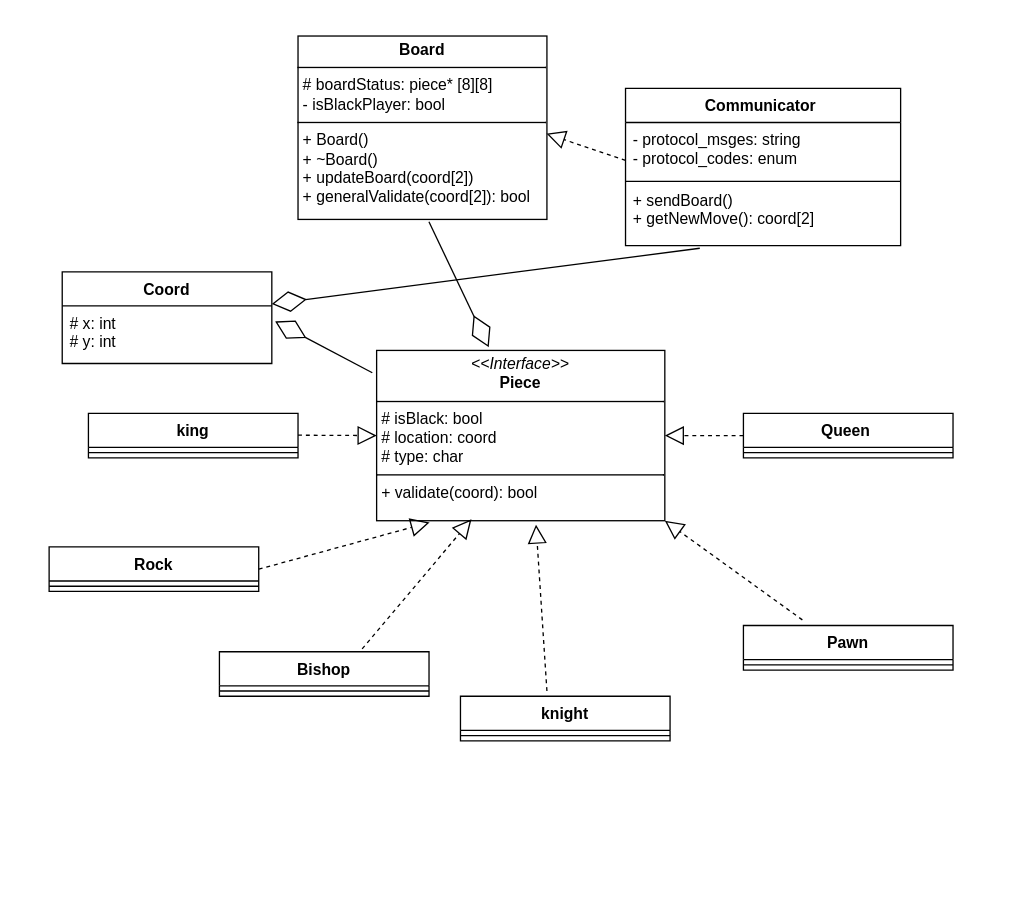
This is ChessGame_frontend_UML.drawio from ShonPis1/ChessTeam4, a draw.io file, before an edit. Source tidied: cells renumbered, new cells numbered last; positions are measured from the earlier drawing's top-left corner, leaving out a move shared by most shapes. Both pictures are drawn from the tidied source at 131%, with x=0, y=0 at pixel (48, 35).
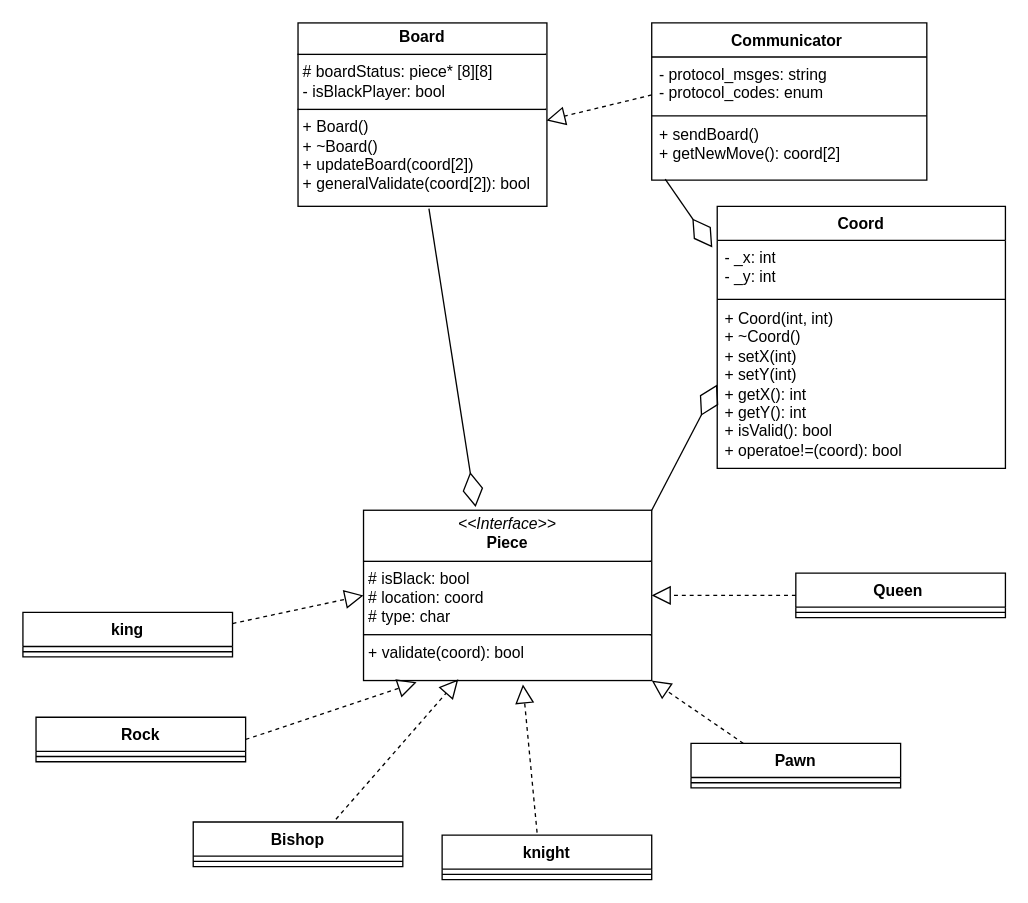
The same page after the edit.

Commit message:
fix: update Coord class in the UML diagram

The change refers to these unchanged cells:
```xml
<mxCell id="7" value="+ sendBoard()&lt;div&gt;+ getNewMove(): coord[2]&lt;/div&gt;" style="text;strokeColor=none;fillColor=none;align=left;verticalAlign=top;spacingLeft=4;spacingRight=4;overflow=hidden;points=[[0,0.5],[1,0.5]];portConstraint=eastwest;whiteSpace=wrap;html=1;" parent="4" vertex="1">
  <mxGeometry y="72" width="210" height="48" as="geometry" />
</mxCell>
```

Diff of the diagram source:
```diff
@@
     <mxCell id="2" value="&lt;p style=&quot;margin:0px;margin-top:4px;text-align:center;&quot;&gt;&lt;i&gt;&amp;lt;&amp;lt;Interface&amp;gt;&amp;gt;&lt;/i&gt;&lt;br&gt;&lt;b&gt;Piece&lt;/b&gt;&lt;/p&gt;&lt;hr size=&quot;1&quot; style=&quot;border-style:solid;&quot;&gt;&lt;p style=&quot;margin:0px;margin-left:4px;&quot;&gt;# isBlack: bool&lt;br&gt;# location: coord&lt;/p&gt;&lt;p style=&quot;margin:0px;margin-left:4px;&quot;&gt;# type: char&lt;/p&gt;&lt;hr size=&quot;1&quot; style=&quot;border-style:solid;&quot;&gt;&lt;p style=&quot;margin:0px;margin-left:4px;&quot;&gt;+ validate(coord): bool&lt;br&gt;&lt;br&gt;&lt;/p&gt;" style="verticalAlign=top;align=left;overflow=fill;html=1;whiteSpace=wrap;" parent="1" vertex="1">
-      <mxGeometry x="250" y="240" width="220" height="130" as="geometry" />
+      <mxGeometry x="240" y="362" width="220" height="130" as="geometry" />
     </mxCell>
     <mxCell id="3" value="&lt;p style=&quot;margin:0px;margin-top:4px;text-align:center;&quot;&gt;&lt;b&gt;Board&lt;/b&gt;&lt;/p&gt;&lt;hr size=&quot;1&quot; style=&quot;border-style:solid;&quot;&gt;&lt;p style=&quot;margin:0px;margin-left:4px;&quot;&gt;# boardStatus: piece* [8][8]&lt;/p&gt;&lt;p style=&quot;margin:0px;margin-left:4px;&quot;&gt;- isBlackPlayer: bool&lt;/p&gt;&lt;hr size=&quot;1&quot; style=&quot;border-style:solid;&quot;&gt;&lt;p style=&quot;margin:0px;margin-left:4px;&quot;&gt;+ Board()&lt;/p&gt;&lt;p style=&quot;margin:0px;margin-left:4px;&quot;&gt;+ ~Board()&lt;/p&gt;&lt;p style=&quot;margin:0px;margin-left:4px;&quot;&gt;+ updateBoard(coord[2])&lt;/p&gt;&lt;p style=&quot;margin:0px;margin-left:4px;&quot;&gt;+ generalValidate(coord[2]): bool&lt;/p&gt;&lt;p style=&quot;margin:0px;margin-left:4px;&quot;&gt;&lt;br&gt;&lt;/p&gt;&lt;p style=&quot;margin:0px;margin-left:4px;&quot;&gt;&lt;br&gt;&lt;/p&gt;" style="verticalAlign=top;align=left;overflow=fill;html=1;whiteSpace=wrap;" parent="1" vertex="1">
-      <mxGeometry x="190" width="190" height="140" as="geometry" />
+      <mxGeometry x="190" y="-10" width="190" height="140" as="geometry" />
     </mxCell>
     <mxCell id="4" value="Communicator&amp;nbsp;" style="swimlane;fontStyle=1;align=center;verticalAlign=top;horizontal=1;startSize=26;whiteSpace=wrap;html=1;" parent="1" vertex="1">
-      <mxGeometry x="440" y="40" width="210" height="120" as="geometry" />
+      <mxGeometry x="460" y="-10" width="210" height="120" as="geometry" />
     </mxCell>
@@
     <mxCell id="10" value="king" style="swimlane;fontStyle=1;align=center;verticalAlign=top;horizontal=1;startSize=26;whiteSpace=wrap;html=1;" parent="1" vertex="1">
-      <mxGeometry x="30" y="288" width="160" height="34" as="geometry" />
+      <mxGeometry x="-20" y="440" width="160" height="34" as="geometry" />
     </mxCell>
@@
-    <mxCell id="12" style="endArrow=block;dashed=1;endFill=0;endSize=12;html=1;rounded=0;entryX=0;entryY=0.5;entryDx=0;entryDy=0;" parent="1" edge="1" target="2">
-      <mxGeometry relative="1" as="geometry">
-        <mxPoint x="190" y="304.7" as="sourcePoint" />
-      </mxGeometry>
+    <mxCell id="12" style="endArrow=block;dashed=1;endFill=0;endSize=12;html=1;rounded=0;entryX=0;entryY=0.5;entryDx=0;entryDy=0;exitX=1;exitY=0.25;exitDx=0;exitDy=0;" parent="1" edge="1" source="10" target="2">
+      <mxGeometry relative="1" as="geometry" />
     </mxCell>
     <mxCell id="13" value="Queen&amp;nbsp;" style="swimlane;fontStyle=1;align=center;verticalAlign=top;horizontal=1;startSize=26;whiteSpace=wrap;html=1;" parent="1" vertex="1">
-      <mxGeometry x="530" y="288" width="160" height="34" as="geometry" />
+      <mxGeometry x="570" y="410" width="160" height="34" as="geometry" />
     </mxCell>
@@
     <mxCell id="16" value="Rock" style="swimlane;fontStyle=1;align=center;verticalAlign=top;horizontal=1;startSize=26;whiteSpace=wrap;html=1;" parent="1" vertex="1">
-      <mxGeometry y="390" width="160" height="34" as="geometry" />
+      <mxGeometry x="-10" y="520" width="160" height="34" as="geometry" />
     </mxCell>
@@
     <mxCell id="18" value="Bishop" style="swimlane;fontStyle=1;align=center;verticalAlign=top;horizontal=1;startSize=26;whiteSpace=wrap;html=1;" parent="1" vertex="1">
-      <mxGeometry x="130" y="470" width="160" height="34" as="geometry" />
+      <mxGeometry x="110" y="600" width="160" height="34" as="geometry" />
     </mxCell>
@@
     <mxCell id="20" value="knight" style="swimlane;fontStyle=1;align=center;verticalAlign=top;horizontal=1;startSize=26;whiteSpace=wrap;html=1;" parent="1" vertex="1">
-      <mxGeometry x="314" y="504" width="160" height="34" as="geometry" />
+      <mxGeometry x="300" y="610" width="160" height="34" as="geometry" />
     </mxCell>
@@
     <mxCell id="22" value="Pawn" style="swimlane;fontStyle=1;align=center;verticalAlign=top;horizontal=1;startSize=26;whiteSpace=wrap;html=1;" parent="1" vertex="1">
-      <mxGeometry x="530" y="450" width="160" height="34" as="geometry" />
+      <mxGeometry x="490" y="540" width="160" height="34" as="geometry" />
     </mxCell>
@@
-    <mxCell id="26" style="endArrow=block;dashed=1;endFill=0;endSize=12;html=1;rounded=0;entryX=0.553;entryY=1.023;entryDx=0;entryDy=0;entryPerimeter=0;" parent="1" edge="1" target="2">
-      <mxGeometry relative="1" as="geometry">
-        <mxPoint x="380" y="500" as="sourcePoint" />
-      </mxGeometry>
+    <mxCell id="26" style="endArrow=block;dashed=1;endFill=0;endSize=12;html=1;rounded=0;entryX=0.553;entryY=1.023;entryDx=0;entryDy=0;entryPerimeter=0;exitX=0.453;exitY=-0.056;exitDx=0;exitDy=0;exitPerimeter=0;" parent="1" edge="1" source="20" target="2">
+      <mxGeometry relative="1" as="geometry" />
     </mxCell>
-    <mxCell id="27" style="endArrow=block;dashed=1;endFill=0;endSize=12;html=1;rounded=0;entryX=1;entryY=1;entryDx=0;entryDy=0;" parent="1" edge="1" target="2">
-      <mxGeometry relative="1" as="geometry">
-        <mxPoint x="575" y="445.7" as="sourcePoint" />
-      </mxGeometry>
+    <mxCell id="27" style="endArrow=block;dashed=1;endFill=0;endSize=12;html=1;rounded=0;entryX=1;entryY=1;entryDx=0;entryDy=0;exitX=0.25;exitY=0;exitDx=0;exitDy=0;" parent="1" edge="1" source="22" target="2">
+      <mxGeometry relative="1" as="geometry" />
     </mxCell>
-    <mxCell id="28" value="Coord" style="swimlane;fontStyle=1;align=center;verticalAlign=top;horizontal=1;startSize=26;whiteSpace=wrap;html=1;" parent="1" vertex="1">
-      <mxGeometry x="10" y="180" width="160" height="70" as="geometry" />
-    </mxCell>
-    <mxCell id="29" value="# x: int&lt;div&gt;# y: int&amp;nbsp;&lt;/div&gt;" style="text;strokeColor=none;fillColor=none;align=left;verticalAlign=top;spacingLeft=4;spacingRight=4;overflow=hidden;points=[[0,0.5],[1,0.5]];portConstraint=eastwest;whiteSpace=wrap;html=1;" parent="28" vertex="1">
-      <mxGeometry y="26" width="160" height="44" as="geometry" />
-    </mxCell>
-    <mxCell id="30" style="endArrow=diamondThin;endFill=0;endSize=24;html=1;rounded=0;entryX=1.016;entryY=0.269;entryDx=0;entryDy=0;entryPerimeter=0;exitX=-0.015;exitY=0.131;exitDx=0;exitDy=0;exitPerimeter=0;" parent="1" edge="1" source="2" target="29">
+    <mxCell id="30" style="endArrow=diamondThin;endFill=0;endSize=24;html=1;rounded=0;exitX=1;exitY=0;exitDx=0;exitDy=0;entryX=0;entryY=0.5;entryDx=0;entryDy=0;" parent="1" edge="1" source="2" target="34">
       <mxGeometry relative="1" as="geometry" />
     </mxCell>
-    <mxCell id="31" style="endArrow=diamondThin;endFill=0;endSize=24;html=1;rounded=0;entryX=1;entryY=-0.034;entryDx=0;entryDy=0;entryPerimeter=0;exitX=0.27;exitY=1.042;exitDx=0;exitDy=0;exitPerimeter=0;" parent="1" edge="1" source="7" target="29">
+    <mxCell id="31" style="endArrow=diamondThin;endFill=0;endSize=24;html=1;rounded=0;exitX=0.049;exitY=0.984;exitDx=0;exitDy=0;exitPerimeter=0;entryX=-0.017;entryY=0.124;entryDx=0;entryDy=0;entryPerimeter=0;" parent="1" edge="1" source="7" target="32">
       <mxGeometry relative="1" as="geometry" />
     </mxCell>
+    <mxCell id="28" value="Coord" style="swimlane;fontStyle=1;align=center;verticalAlign=top;horizontal=1;startSize=26;whiteSpace=wrap;html=1;" parent="1" vertex="1">
+      <mxGeometry x="510" y="130" width="220" height="200" as="geometry" />
+    </mxCell>
+    <mxCell id="32" value="- _x: int&lt;div&gt;- _y: int&lt;/div&gt;&lt;div&gt;&amp;nbsp;&lt;div&gt;&lt;br&gt;&lt;/div&gt;&lt;/div&gt;" style="text;strokeColor=none;fillColor=none;align=left;verticalAlign=top;spacingLeft=4;spacingRight=4;overflow=hidden;points=[[0,0.5],[1,0.5]];portConstraint=eastwest;whiteSpace=wrap;html=1;" parent="28" vertex="1">
+      <mxGeometry y="26" width="220" height="44" as="geometry" />
+    </mxCell>
+    <mxCell id="33" style="line;strokeWidth=1;fillColor=none;align=left;verticalAlign=middle;spacingTop=-1;spacingLeft=3;spacingRight=3;labelPosition=right;strokeColor=inherit;" parent="28" vertex="1">
+      <mxGeometry y="70" width="220" height="2" as="geometry" />
+    </mxCell>
+    <mxCell id="34" value="+ Coord(int, int)&lt;div&gt;+ ~Coord()&lt;/div&gt;&lt;div&gt;+ setX(int)&lt;/div&gt;&lt;div&gt;+ setY(int)&lt;/div&gt;&lt;div&gt;+ getX(): int&amp;nbsp;&lt;/div&gt;&lt;div&gt;+ getY(): int&amp;nbsp;&lt;/div&gt;&lt;div&gt;+ isValid(): bool&amp;nbsp;&lt;/div&gt;&lt;div&gt;+ operatoe!=(coord): bool&amp;nbsp;&lt;/div&gt;" style="text;strokeColor=none;fillColor=none;align=left;verticalAlign=top;spacingLeft=4;spacingRight=4;overflow=hidden;points=[[0,0.5],[1,0.5]];portConstraint=eastwest;whiteSpace=wrap;html=1;" parent="28" vertex="1">
+      <mxGeometry y="72" width="220" height="128" as="geometry" />
+    </mxCell>
```
